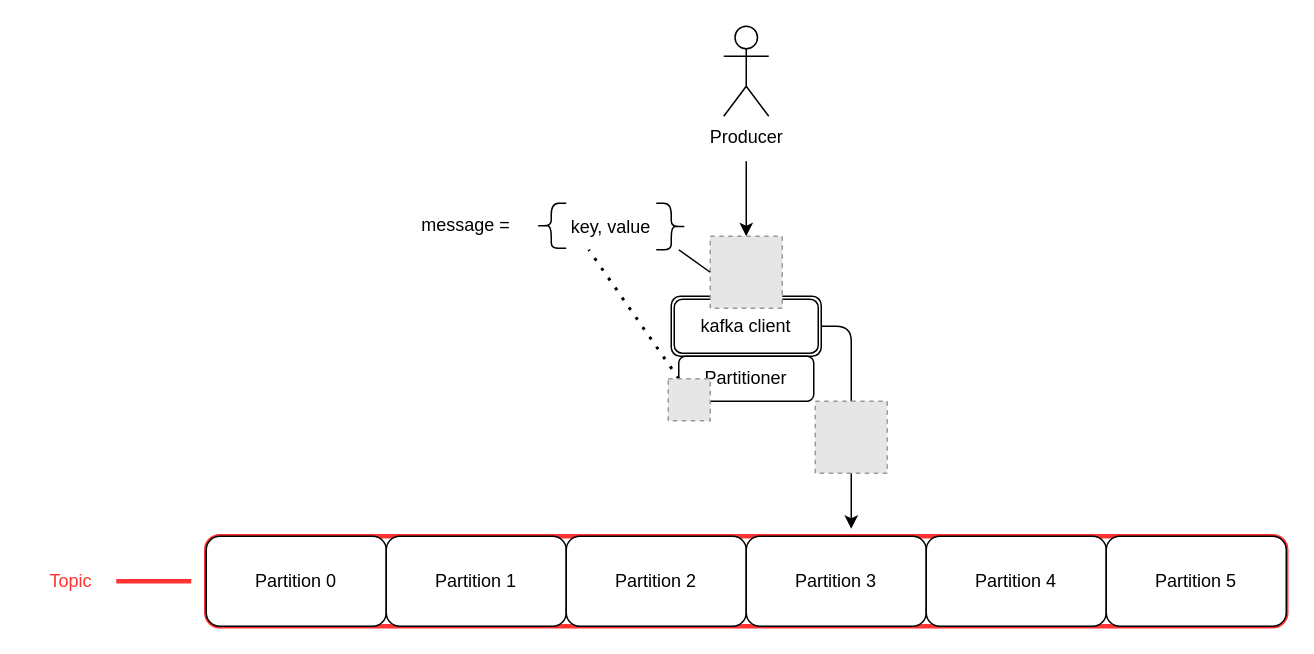
This is diagrams/2.producer-produce-to-specific-topic-partition.drawio from kobihikri/kafka-producers-and-consumers, a draw.io file, before an edit. Source tidied: cells renumbered, new cells numbered last; positions are measured from the earlier drawing's top-left corner, leaving out a move shared by most shapes. Both pictures are drawn from the tidied source at 150%, with x=0, y=0 at pixel (26, 26). Pictures stored in the file or linked from it are replaced by grey dashed boxes.
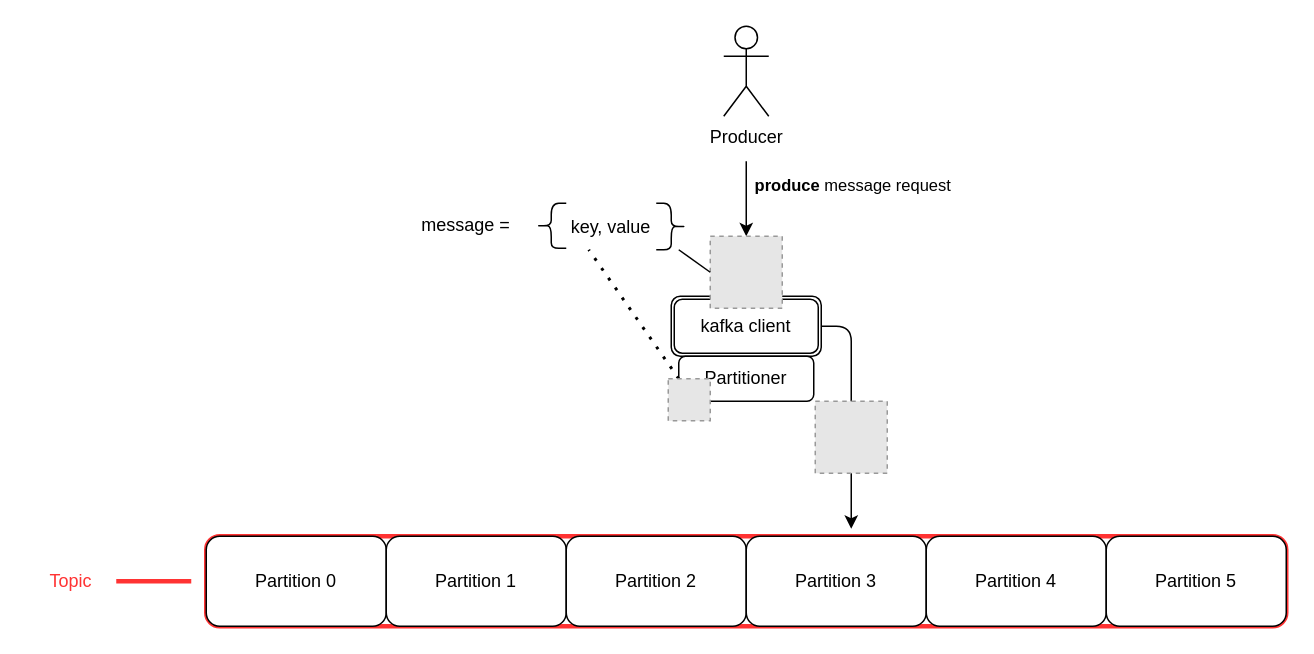
The same diagram, later.

Unchanged cells that the change refers to:
```xml
<mxCell id="19" style="endArrow=classic;html=1;entryX=0.5;entryY=0;entryDx=0;entryDy=0;" parent="1" edge="1" target="20">
  <mxGeometry relative="1" as="geometry">
    <mxPoint x="480" y="90" as="sourcePoint" />
  </mxGeometry>
</mxCell>
```

What changed in the source:
```diff
@@
+    <mxCell id="26" value="&lt;b&gt;produce &lt;/b&gt;message request" style="edgeLabel;html=1;align=center;verticalAlign=middle;" parent="19" vertex="1">
+      <mxGeometry x="-0.6" y="3" relative="1" as="geometry">
+        <mxPoint x="67" y="5" as="offset" />
+      </mxGeometry>
+    </mxCell>
```
